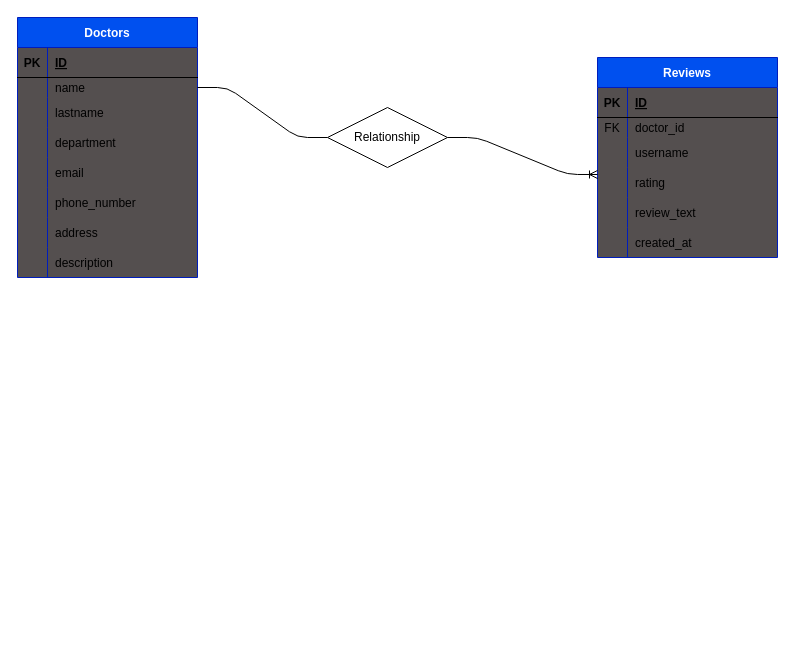
The draw.io diagram schema.drawio in francescopiscaglia/bdoctors, before the edit. Source tidied: cells renumbered, new cells numbered last; positions are measured from the earlier drawing's top-left corner, leaving out a move shared by most shapes. Both pictures are drawn from the tidied source at 100%, with x=0, y=0 at pixel (17, 17).
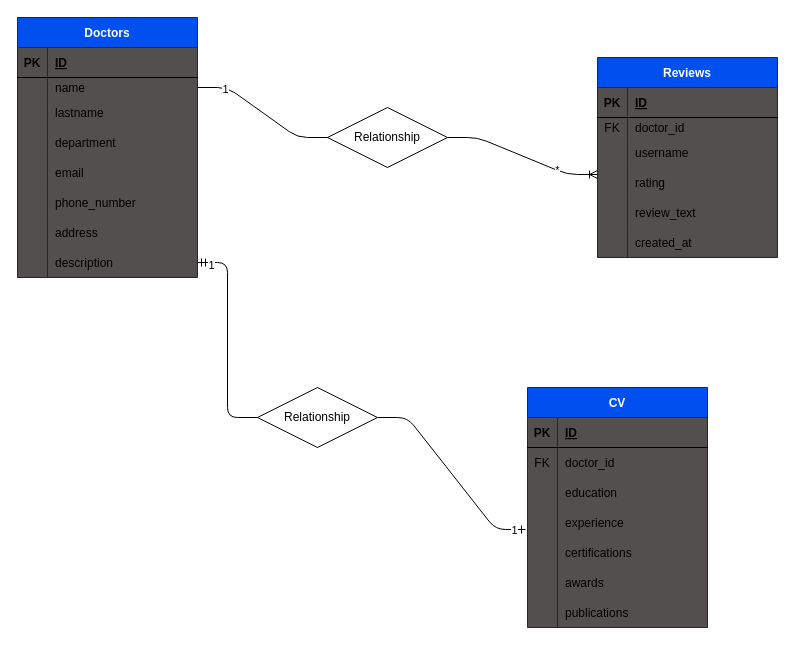
The same page after the edit.

Unchanged cells that the change refers to:
```xml
<mxCell id="24" style="shape=tableRow;horizontal=0;startSize=0;swimlaneHead=0;swimlaneBody=0;fillColor=none;points=[[0,0.5],[1,0.5]];portConstraint=eastwest;top=0;left=0;right=0;bottom=0;" parent="2" vertex="1">
  <mxGeometry y="230" width="180" height="30" as="geometry" />
</mxCell>
<mxCell id="46" style="edgeStyle=entityRelationEdgeStyle;fontSize=12;html=1;endArrow=ERoneToMany;exitX=1;exitY=0.5;exitDx=0;exitDy=0;entryX=0;entryY=0.233;entryDx=0;entryDy=0;entryPerimeter=0;startArrow=none;" parent="1" edge="1" source="48" target="37">
  <mxGeometry relative="1" as="geometry" />
</mxCell>
<mxCell id="47" style="edgeStyle=entityRelationEdgeStyle;fontSize=12;html=1;endArrow=none;entryX=0;entryY=0.5;entryDx=0;entryDy=0;" parent="1" edge="1" source="6" target="48">
  <mxGeometry relative="1" as="geometry" />
</mxCell>
```

Change to the diagram source:
```diff
@@
+    <mxCell id="49" value="*" style="edgeLabel;html=1;align=center;verticalAlign=middle;" parent="46" vertex="1">
+      <mxGeometry x="0.48" relative="1" as="geometry" />
+    </mxCell>
@@
+    <mxCell id="50" value="1" style="edgeLabel;html=1;align=center;verticalAlign=middle;" parent="47" vertex="1">
+      <mxGeometry x="-0.63" y="-1" relative="1" as="geometry" />
+    </mxCell>
@@
+    <mxCell id="51" value="CV" style="shape=table;startSize=30;childLayout=tableLayout;rowLines=0;fontStyle=1;align=center;fillColor=#0050ef;fontColor=#ffffff;strokeColor=#001DBC;swimlaneFillColor=#544f4f;" parent="1" vertex="1">
+      <mxGeometry x="510" y="370" width="180" height="240" as="geometry" />
+    </mxCell>
+    <mxCell id="52" style="shape=tableRow;horizontal=0;startSize=0;swimlaneHead=0;swimlaneBody=0;fillColor=none;top=0;left=0;right=0;bottom=1;" parent="51" vertex="1">
+      <mxGeometry y="30" width="180" height="30" as="geometry" />
+    </mxCell>
+    <mxCell id="53" value="PK" style="shape=partialRectangle;fillColor=none;top=0;left=0;bottom=0;right=0;fontStyle=1;overflow=hidden;" parent="52" vertex="1">
+      <mxGeometry width="30" height="30" as="geometry" />
+    </mxCell>
+    <mxCell id="54" value="ID" style="shape=partialRectangle;fillColor=none;top=0;left=0;bottom=0;right=0;align=left;spacingLeft=6;fontStyle=5;overflow=hidden;" parent="52" vertex="1">
+      <mxGeometry x="30" width="150" height="30" as="geometry" />
+    </mxCell>
+    <mxCell id="55" style="shape=tableRow;horizontal=0;startSize=0;swimlaneHead=0;swimlaneBody=0;fillColor=none;top=0;left=0;right=0;bottom=0;" parent="51" vertex="1">
+      <mxGeometry y="60" width="180" height="30" as="geometry" />
+    </mxCell>
+    <mxCell id="56" value="FK" style="shape=partialRectangle;fillColor=none;top=0;left=0;bottom=0;right=0;overflow=hidden;" parent="55" vertex="1">
+      <mxGeometry width="30" height="30" as="geometry" />
+    </mxCell>
+    <mxCell id="57" value="doctor_id" style="shape=partialRectangle;fillColor=none;top=0;left=0;bottom=0;right=0;align=left;spacingLeft=6;overflow=hidden;" parent="55" vertex="1">
+      <mxGeometry x="30" width="150" height="30" as="geometry" />
+    </mxCell>
+    <mxCell id="58" style="shape=tableRow;horizontal=0;startSize=0;swimlaneHead=0;swimlaneBody=0;fillColor=none;top=0;left=0;right=0;bottom=0;" parent="51" vertex="1">
+      <mxGeometry y="90" width="180" height="30" as="geometry" />
+    </mxCell>
+    <mxCell id="59" style="shape=partialRectangle;fillColor=none;top=0;left=0;bottom=0;right=0;overflow=hidden;" parent="58" vertex="1">
+      <mxGeometry width="30" height="30" as="geometry" />
+    </mxCell>
+    <mxCell id="60" value="education" style="shape=partialRectangle;fillColor=none;top=0;left=0;bottom=0;right=0;align=left;spacingLeft=6;overflow=hidden;" parent="58" vertex="1">
+      <mxGeometry x="30" width="150" height="30" as="geometry" />
+    </mxCell>
+    <mxCell id="61" style="shape=tableRow;horizontal=0;startSize=0;swimlaneHead=0;swimlaneBody=0;fillColor=none;points=[[0,0.5],[1,0.5]];portConstraint=eastwest;top=0;left=0;right=0;bottom=0;" parent="51" vertex="1">
+      <mxGeometry y="120" width="180" height="30" as="geometry" />
+    </mxCell>
+    <mxCell id="62" style="shape=partialRectangle;fillColor=none;top=0;left=0;bottom=0;right=0;overflow=hidden;" parent="61" vertex="1">
+      <mxGeometry width="30" height="30" as="geometry" />
+    </mxCell>
+    <mxCell id="63" value="experience" style="shape=partialRectangle;fillColor=none;top=0;left=0;bottom=0;right=0;align=left;spacingLeft=6;overflow=hidden;" parent="61" vertex="1">
+      <mxGeometry x="30" width="150" height="30" as="geometry" />
+    </mxCell>
+    <mxCell id="64" style="shape=tableRow;horizontal=0;startSize=0;swimlaneHead=0;swimlaneBody=0;fillColor=none;top=0;left=0;right=0;bottom=0;" parent="51" vertex="1">
+      <mxGeometry y="150" width="180" height="30" as="geometry" />
+    </mxCell>
+    <mxCell id="65" style="shape=partialRectangle;fillColor=none;top=0;left=0;bottom=0;right=0;overflow=hidden;" parent="64" vertex="1">
+      <mxGeometry width="30" height="30" as="geometry" />
+    </mxCell>
+    <mxCell id="66" value="certifications" style="shape=partialRectangle;fillColor=none;top=0;left=0;bottom=0;right=0;align=left;spacingLeft=6;overflow=hidden;" parent="64" vertex="1">
+      <mxGeometry x="30" width="150" height="30" as="geometry" />
+    </mxCell>
+    <mxCell id="67" style="shape=tableRow;horizontal=0;startSize=0;swimlaneHead=0;swimlaneBody=0;fillColor=none;top=0;left=0;right=0;bottom=0;" parent="51" vertex="1">
+      <mxGeometry y="180" width="180" height="30" as="geometry" />
+    </mxCell>
+    <mxCell id="68" style="shape=partialRectangle;fillColor=none;top=0;left=0;bottom=0;right=0;overflow=hidden;" parent="67" vertex="1">
+      <mxGeometry width="30" height="30" as="geometry" />
+    </mxCell>
+    <mxCell id="69" value="awards" style="shape=partialRectangle;fillColor=none;top=0;left=0;bottom=0;right=0;align=left;spacingLeft=6;overflow=hidden;" parent="67" vertex="1">
+      <mxGeometry x="30" width="150" height="30" as="geometry" />
+    </mxCell>
+    <mxCell id="70" style="shape=tableRow;horizontal=0;startSize=0;swimlaneHead=0;swimlaneBody=0;fillColor=none;top=0;left=0;right=0;bottom=0;" parent="51" vertex="1">
+      <mxGeometry y="210" width="180" height="30" as="geometry" />
+    </mxCell>
+    <mxCell id="71" style="shape=partialRectangle;fillColor=none;top=0;left=0;bottom=0;right=0;overflow=hidden;" parent="70" vertex="1">
+      <mxGeometry width="30" height="30" as="geometry" />
+    </mxCell>
+    <mxCell id="72" value="publications" style="shape=partialRectangle;fillColor=none;top=0;left=0;bottom=0;right=0;align=left;spacingLeft=6;overflow=hidden;" parent="70" vertex="1">
+      <mxGeometry x="30" width="150" height="30" as="geometry" />
+    </mxCell>
+    <mxCell id="73" style="edgeStyle=entityRelationEdgeStyle;fontSize=12;html=1;endArrow=ERmandOne;startArrow=none;exitX=0;exitY=0.5;exitDx=0;exitDy=0;" parent="1" edge="1" source="77" target="24">
+      <mxGeometry relative="1" as="geometry" />
+    </mxCell>
+    <mxCell id="74" value="1" style="edgeLabel;html=1;align=center;verticalAlign=middle;" parent="73" vertex="1">
+      <mxGeometry x="0.88" y="2" relative="1" as="geometry" />
+    </mxCell>
+    <mxCell id="75" style="edgeStyle=entityRelationEdgeStyle;fontSize=12;html=1;endArrow=none;startArrow=ERmandOne;entryX=1;entryY=0.5;entryDx=0;entryDy=0;exitX=-0.011;exitY=0.733;exitDx=0;exitDy=0;exitPerimeter=0;" parent="1" edge="1" source="61" target="77">
+      <mxGeometry relative="1" as="geometry" />
+    </mxCell>
+    <mxCell id="76" value="1" style="edgeLabel;html=1;align=center;verticalAlign=middle;" parent="75" vertex="1">
+      <mxGeometry x="-0.88" y="1" relative="1" as="geometry" />
+    </mxCell>
+    <mxCell id="77" value="Relationship" style="shape=rhombus;perimeter=rhombusPerimeter;whiteSpace=wrap;html=1;align=center;" parent="1" vertex="1">
+      <mxGeometry x="240" y="370" width="120" height="60" as="geometry" />
+    </mxCell>
```
